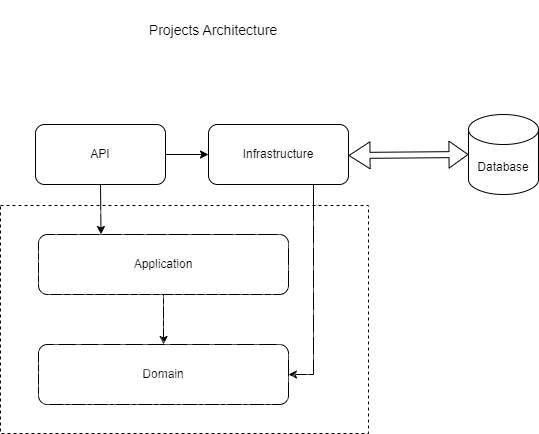
chaunceypeng/BadmintonStars keeps this draw.io diagram as Architecture Diagram.png. Above is the earlier version. Source tidied: cells renumbered, new cells last; positions are measured from the earlier drawing's top-left corner, leaving out a move shared by most shapes.
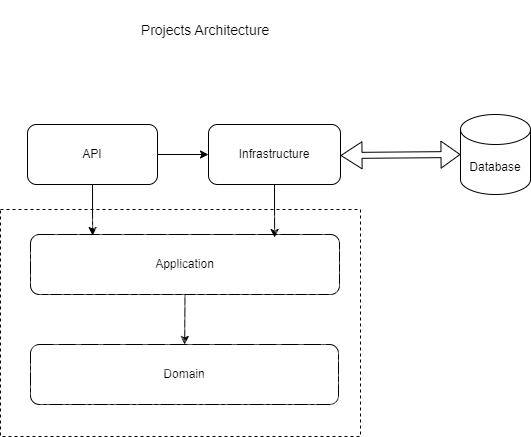
The same file after the commit.

Commit message:
Updated Architecture Diagram

Change to the diagram source:
```diff
@@ -3,28 +3,24 @@
     <mxCell id="0" />
     <mxCell id="1" parent="0" />
     <mxCell id="2" value="Domain" style="rounded=1;whiteSpace=wrap;html=1;" parent="1" vertex="1">
-      <mxGeometry x="38" y="344" width="250" height="60" as="geometry" />
+      <mxGeometry x="38" y="344" width="308" height="60" as="geometry" />
     </mxCell>
     <mxCell id="3" value="API" style="rounded=1;whiteSpace=wrap;html=1;" parent="1" vertex="1">
       <mxGeometry x="35" y="124" width="130" height="60" as="geometry" />
     </mxCell>
     <mxCell id="4" value="Application" style="rounded=1;whiteSpace=wrap;html=1;" parent="1" vertex="1">
-      <mxGeometry x="38" y="234" width="250" height="60" as="geometry" />
+      <mxGeometry x="38" y="234" width="309" height="60" as="geometry" />
     </mxCell>
     <mxCell id="5" value="Infrastructure" style="rounded=1;whiteSpace=wrap;html=1;" parent="1" vertex="1">
-      <mxGeometry x="208" y="124" width="140" height="60" as="geometry" />
+      <mxGeometry x="216" y="124" width="132" height="60" as="geometry" />
     </mxCell>
     <mxCell id="6" value="Database" style="shape=cylinder3;whiteSpace=wrap;html=1;boundedLbl=1;backgroundOutline=1;size=15;" parent="1" vertex="1">
       <mxGeometry x="468" y="114" width="70" height="80" as="geometry" />
     </mxCell>
-    <mxCell id="7" style="endArrow=classic;html=1;rounded=0;exitX=0.75;exitY=1;exitDx=0;exitDy=0;entryX=1;entryY=0.5;entryDx=0;entryDy=0;" parent="1" edge="1" source="5" target="2">
-      <mxGeometry relative="1" as="geometry">
-        <Array as="points">
-          <mxPoint x="313" y="374" />
-        </Array>
-      </mxGeometry>
+    <mxCell id="7" style="endArrow=classic;html=1;rounded=0;exitX=0.5;exitY=1;exitDx=0;exitDy=0;entryX=0.79;entryY=0.05;entryDx=0;entryDy=0;entryPerimeter=0;" parent="1" edge="1" source="5" target="4">
+      <mxGeometry relative="1" as="geometry" />
     </mxCell>
-    <mxCell id="8" style="endArrow=classic;html=1;rounded=0;exitX=0.5;exitY=1;exitDx=0;exitDy=0;entryX=0.25;entryY=0;entryDx=0;entryDy=0;" parent="1" edge="1" source="3" target="4">
+    <mxCell id="8" style="endArrow=classic;html=1;rounded=0;exitX=0.5;exitY=1;exitDx=0;exitDy=0;entryX=0.201;entryY=0.017;entryDx=0;entryDy=0;entryPerimeter=0;" parent="1" edge="1" source="3" target="4">
       <mxGeometry relative="1" as="geometry" />
     </mxCell>
     <mxCell id="9" style="endArrow=classic;html=1;rounded=0;exitX=0.5;exitY=1;exitDx=0;exitDy=0;" parent="1" edge="1" source="4" target="2">
@@ -34,7 +30,7 @@
       <mxGeometry relative="1" as="geometry" />
     </mxCell>
     <mxCell id="11" style="rounded=0;whiteSpace=wrap;html=1;dashed=1;fillStyle=cross-hatch;" parent="1" vertex="1">
-      <mxGeometry y="205" width="368" height="228" as="geometry" />
+      <mxGeometry x="8" y="209" width="360" height="227" as="geometry" />
     </mxCell>
     <mxCell id="12" style="shape=flexArrow;endArrow=classic;startArrow=classic;html=1;rounded=0;entryX=0;entryY=0.5;entryDx=0;entryDy=0;entryPerimeter=0;width=6;startSize=6.67;" parent="1" edge="1" target="6">
       <mxGeometry relative="1" as="geometry">
```
